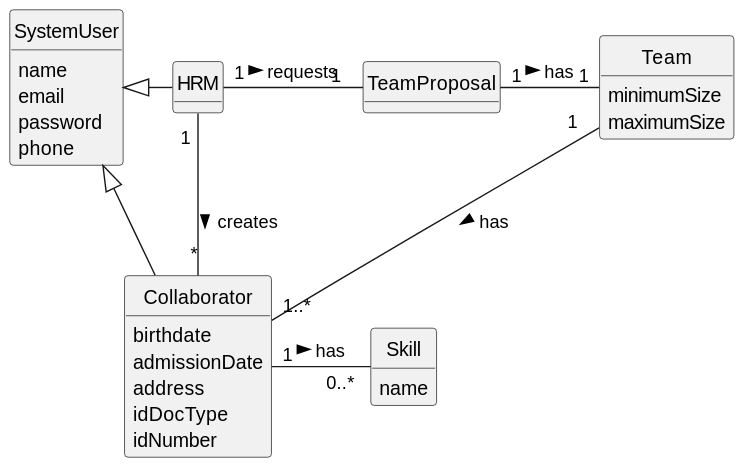
Departamento-de-Engenharia-Informatica/lei-24-s2-1do-g164 keeps this PlantUML diagram as docs/sprintA/us005/02.analysis/svg/us005-domain-model.svg. Above is the earlier version.
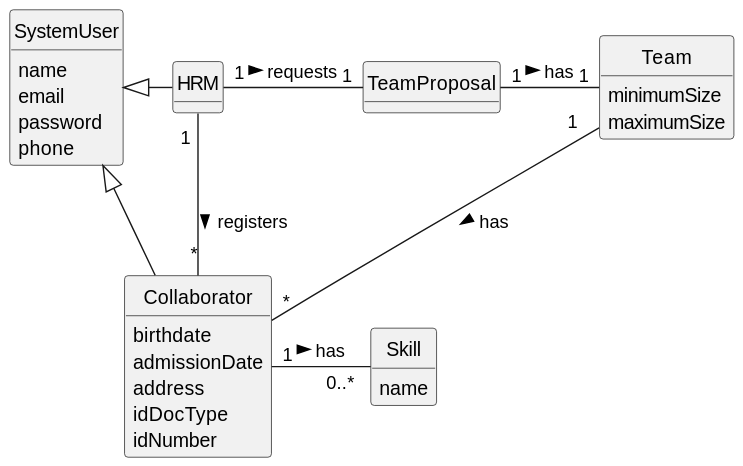
Later version of the same file.

Diff of the diagram source:
```diff
@@ -42,10 +42,10 @@
     name
 }
 
-HRM "1 " - "*" Collaborator : creates >
-HRM "1" - "1  " TeamProposal : requests >
+HRM "1 " - "*" Collaborator : registers >
+HRM "1" - "1" TeamProposal : requests >
 TeamProposal "1 " - "1" Team: has >
-Team "1  " -- "1..*                  " Collaborator: has >
+Team "1  " -- "*" Collaborator: has >
 Collaborator "1 " - "0..* " Skill : has >
 SystemUser <|- HRM
 SystemUser <|-- Collaborator
```
